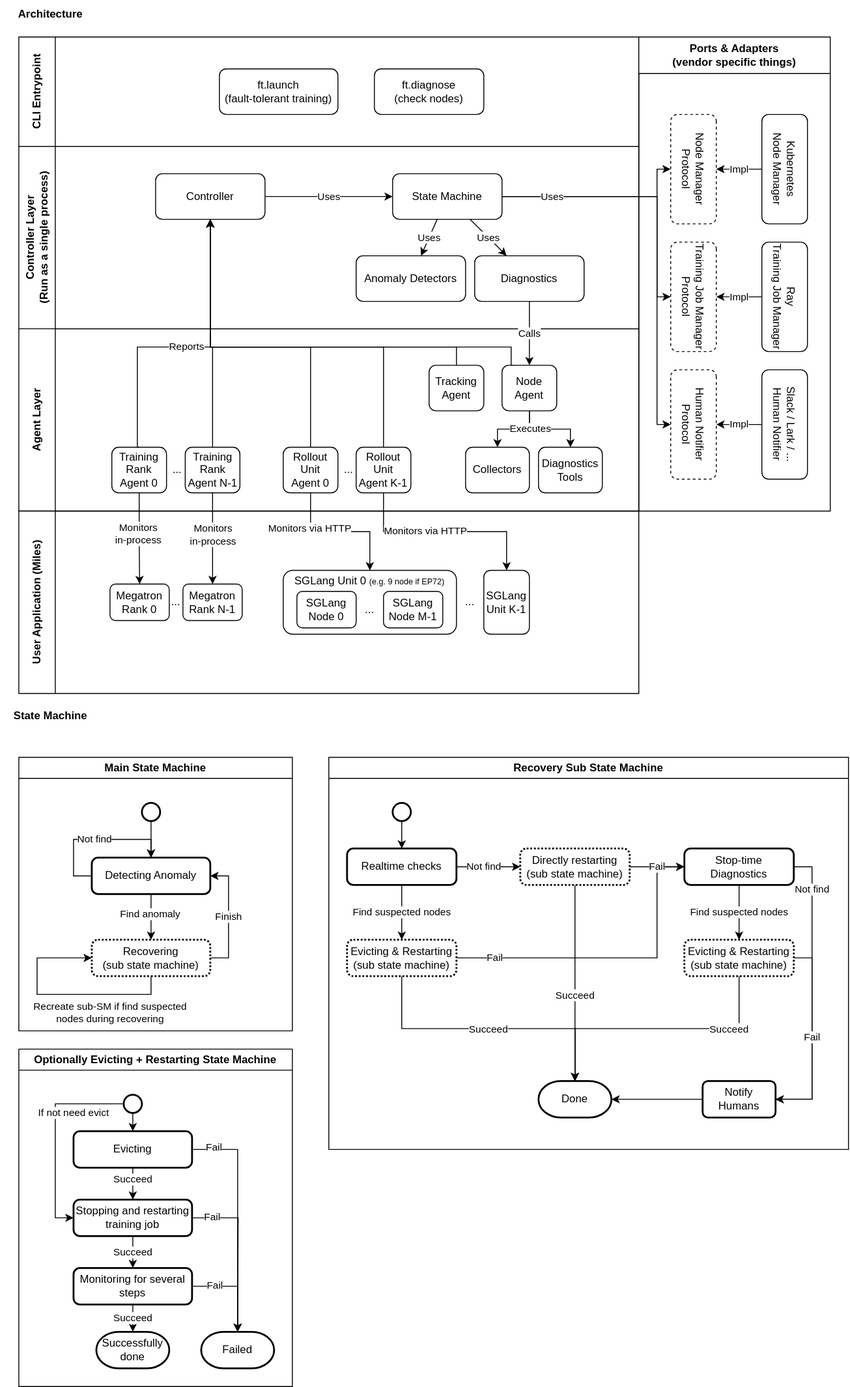
The draw.io diagram miles/utils/ft/ft_arch.svg in radixark/miles, before a commit. Source tidied: cells renumbered, new cells last; positions are measured from the earlier drawing's top-left corner, leaving out a move shared by most shapes.
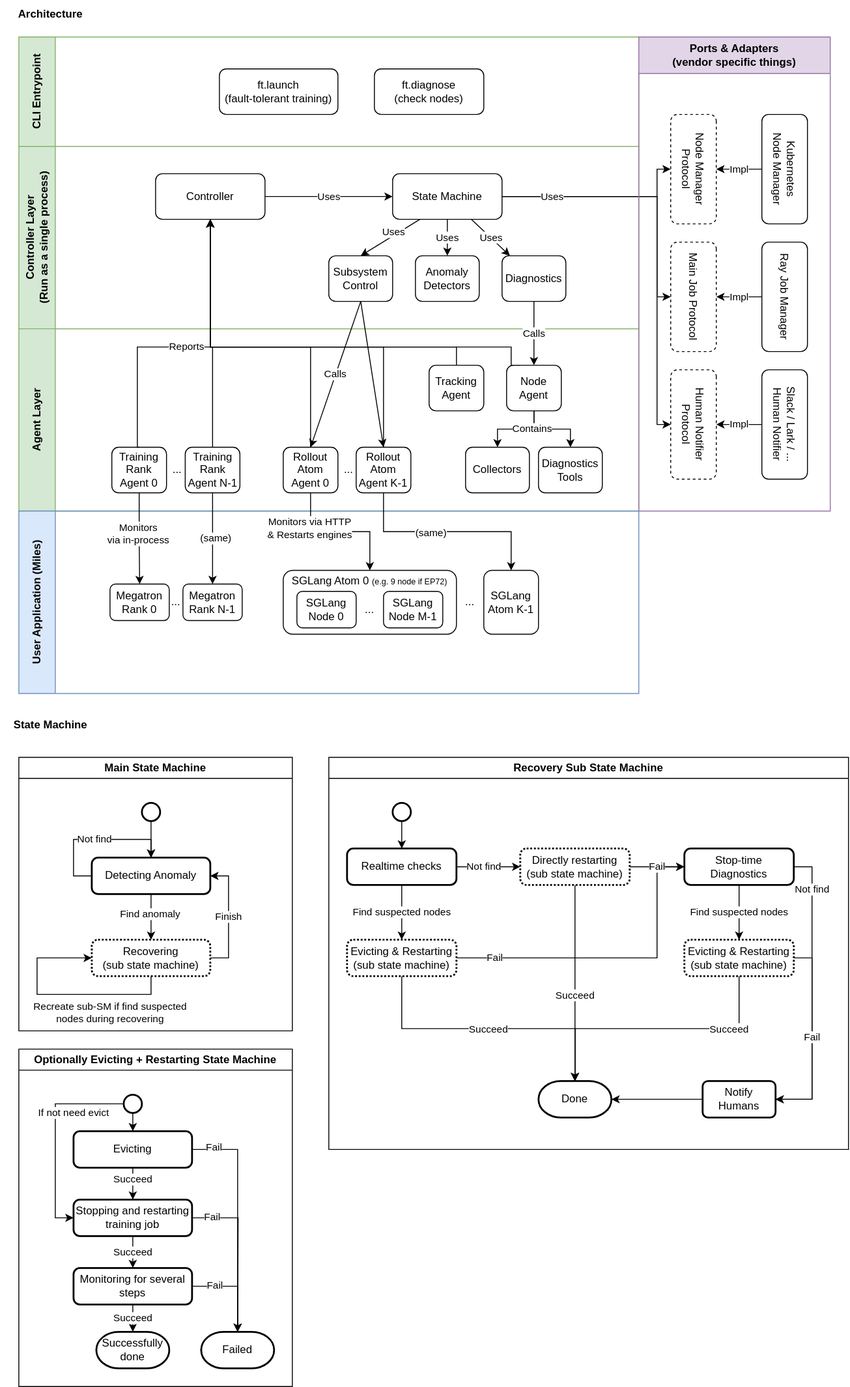
The same diagram one commit later.

Change to the diagram source:
```diff
@@ -6,9 +6,9 @@
       <mxGeometry x="15" width="80" height="30" as="geometry" />
     </mxCell>
     <mxCell id="3" value="State Machine" style="text;html=1;strokeColor=none;fillColor=none;align=center;verticalAlign=middle;whiteSpace=wrap;rounded=0;fontStyle=1;" parent="1" vertex="1">
-      <mxGeometry y="770" width="110" height="30" as="geometry" />
+      <mxGeometry y="780" width="110" height="30" as="geometry" />
     </mxCell>
-    <mxCell id="4" value="Controller Layer&lt;br&gt;(Run as a single process)" style="swimlane;horizontal=0;whiteSpace=wrap;html=1;startSize=40;" parent="1" vertex="1">
+    <mxCell id="4" value="Controller Layer&lt;br&gt;(Run as a single process)" style="swimlane;horizontal=0;whiteSpace=wrap;html=1;startSize=40;fillColor=#d5e8d4;strokeColor=#82b366;" parent="1" vertex="1">
       <mxGeometry x="20" y="160" width="680" height="200" as="geometry" />
     </mxCell>
     <mxCell id="5" value="Uses" style="rounded=0;jettySize=auto;html=1;exitX=1;exitY=0.5;exitDx=0;exitDy=0;entryX=0;entryY=0.5;entryDx=0;entryDy=0;" parent="4" edge="1" source="6" target="11">
@@ -18,10 +18,10 @@
       <mxGeometry x="150" y="30" width="120" height="50" as="geometry" />
     </mxCell>
     <mxCell id="7" value="Diagnostics" style="rounded=1;whiteSpace=wrap;html=1;" parent="4" vertex="1">
-      <mxGeometry x="500" y="120" width="120" height="50" as="geometry" />
+      <mxGeometry x="530" y="120" width="70" height="50" as="geometry" />
     </mxCell>
     <mxCell id="8" value="Anomaly Detectors" style="rounded=1;whiteSpace=wrap;html=1;" parent="4" vertex="1">
-      <mxGeometry x="370" y="120" width="120" height="50" as="geometry" />
+      <mxGeometry x="435" y="120" width="70" height="50" as="geometry" />
     </mxCell>
     <mxCell id="9" value="Uses" style="rounded=0;jettySize=auto;html=1;" parent="4" edge="1" source="11" target="7">
       <mxGeometry relative="1" as="geometry" />
@@ -32,14 +32,25 @@
     <mxCell id="11" value="State Machine" style="rounded=1;whiteSpace=wrap;html=1;" parent="4" vertex="1">
       <mxGeometry x="410" y="30" width="120" height="50" as="geometry" />
     </mxCell>
+    <mxCell id="123" value="Subsystem Control" style="rounded=1;whiteSpace=wrap;html=1;" parent="4" vertex="1">
+      <mxGeometry x="340" y="120" width="70" height="50" as="geometry" />
+    </mxCell>
+    <mxCell id="124" style="rounded=0;jettySize=auto;html=1;exitX=0.25;exitY=1;exitDx=0;exitDy=0;entryX=0.5;entryY=0;entryDx=0;entryDy=0;" parent="4" edge="1" source="11" target="123">
+      <mxGeometry relative="1" as="geometry" />
+    </mxCell>
+    <mxCell id="125" value="Uses" style="edgeLabel;html=1;align=center;verticalAlign=middle;" parent="124" vertex="1">
+      <mxGeometry x="-0.09" y="-1" relative="1" as="geometry">
+        <mxPoint y="-3" as="offset" />
+      </mxGeometry>
+    </mxCell>
-    <mxCell id="12" value="Agent Layer" style="swimlane;horizontal=0;whiteSpace=wrap;html=1;startSize=40;" parent="1" vertex="1">
+    <mxCell id="12" value="Agent Layer" style="swimlane;horizontal=0;whiteSpace=wrap;html=1;startSize=40;fillColor=#d5e8d4;strokeColor=#82b366;" parent="1" vertex="1">
       <mxGeometry x="20" y="360" width="680" height="200" as="geometry" />
     </mxCell>
     <mxCell id="13" style="rounded=0;jettySize=auto;html=1;exitX=0.5;exitY=1;exitDx=0;exitDy=0;entryX=0.5;entryY=0;entryDx=0;entryDy=0;edgeStyle=orthogonalEdgeStyle;" parent="12" edge="1" source="14" target="17">
       <mxGeometry relative="1" as="geometry" />
     </mxCell>
     <mxCell id="14" value="Node Agent" style="rounded=1;whiteSpace=wrap;html=1;" parent="12" vertex="1">
-      <mxGeometry x="530" y="40" width="60" height="50" as="geometry" />
+      <mxGeometry x="535" y="40" width="60" height="50" as="geometry" />
     </mxCell>
     <mxCell id="15" value="Training Rank Agent 0" style="rounded=1;whiteSpace=wrap;html=1;" parent="12" vertex="1">
       <mxGeometry x="102" y="130" width="60" height="50" as="geometry" />
@@ -56,7 +67,7 @@
     <mxCell id="19" style="rounded=0;jettySize=auto;html=1;exitX=0.5;exitY=1;exitDx=0;exitDy=0;entryX=0.5;entryY=0;entryDx=0;entryDy=0;edgeStyle=orthogonalEdgeStyle;" parent="12" edge="1" source="14" target="18">
       <mxGeometry relative="1" as="geometry" />
     </mxCell>
-    <mxCell id="20" value="Executes" style="edgeLabel;html=1;align=center;verticalAlign=middle;" parent="19" vertex="1">
+    <mxCell id="20" value="Contains" style="edgeLabel;html=1;align=center;verticalAlign=middle;" parent="19" vertex="1">
       <mxGeometry x="-0.2" relative="1" as="geometry">
         <mxPoint x="-14" as="offset" />
       </mxGeometry>
@@ -67,10 +78,10 @@
     <mxCell id="22" value="..." style="text;html=1;strokeColor=none;fillColor=none;align=center;verticalAlign=middle;whiteSpace=wrap;rounded=0;" parent="12" vertex="1">
       <mxGeometry x="162" y="140" width="24" height="30" as="geometry" />
     </mxCell>
-    <mxCell id="23" value="Rollout&lt;br&gt;Unit&lt;br&gt;Agent 0" style="rounded=1;whiteSpace=wrap;html=1;" parent="12" vertex="1">
+    <mxCell id="23" value="Rollout&lt;br&gt;Atom&lt;br&gt;Agent 0" style="rounded=1;whiteSpace=wrap;html=1;" parent="12" vertex="1">
       <mxGeometry x="290" y="130" width="60" height="50" as="geometry" />
     </mxCell>
-    <mxCell id="24" value="Rollout&lt;br&gt;Unit&lt;br&gt;Agent K-1" style="rounded=1;whiteSpace=wrap;html=1;" parent="12" vertex="1">
+    <mxCell id="24" value="Rollout&lt;br&gt;Atom&lt;br&gt;Agent K-1" style="rounded=1;whiteSpace=wrap;html=1;" parent="12" vertex="1">
       <mxGeometry x="370" y="130" width="60" height="50" as="geometry" />
     </mxCell>
     <mxCell id="25" value="..." style="text;html=1;strokeColor=none;fillColor=none;align=center;verticalAlign=middle;whiteSpace=wrap;rounded=0;" parent="12" vertex="1">
@@ -328,7 +339,7 @@
     <mxCell id="87" value="Failed" style="strokeWidth=2;html=1;shape=mxgraph.flowchart.terminator;whiteSpace=wrap;" parent="68" vertex="1">
       <mxGeometry x="200" y="310" width="80" height="40" as="geometry" />
     </mxCell>
-    <mxCell id="88" value="CLI Entrypoint" style="swimlane;horizontal=0;whiteSpace=wrap;html=1;startSize=40;" parent="1" vertex="1">
+    <mxCell id="88" value="CLI Entrypoint" style="swimlane;horizontal=0;whiteSpace=wrap;html=1;startSize=40;fillColor=#d5e8d4;strokeColor=#82b366;" parent="1" vertex="1">
       <mxGeometry x="20" y="40" width="680" height="120" as="geometry" />
     </mxCell>
     <mxCell id="89" value="ft.launch&lt;br&gt;(fault-tolerant training)" style="rounded=1;whiteSpace=wrap;html=1;" parent="88" vertex="1">
@@ -337,13 +348,13 @@
     <mxCell id="90" value="ft.diagnose&lt;br&gt;(check nodes)" style="rounded=1;whiteSpace=wrap;html=1;" parent="88" vertex="1">
       <mxGeometry x="390" y="35" width="120" height="50" as="geometry" />
     </mxCell>
-    <mxCell id="91" value="Ports &amp;amp; Adapters&lt;br style=&quot;border-color: var(--border-color);&quot;&gt;&lt;span style=&quot;background-color: rgb(255, 255, 255);&quot;&gt;(vendor specific things)&lt;/span&gt;" style="swimlane;whiteSpace=wrap;html=1;startSize=40;" parent="1" vertex="1">
+    <mxCell id="91" value="Ports &amp;amp; Adapters&lt;br&gt;(vendor specific things)" style="swimlane;whiteSpace=wrap;html=1;startSize=40;fillColor=#e1d5e7;strokeColor=#9673a6;" parent="1" vertex="1">
       <mxGeometry x="700" y="40" width="210" height="520" as="geometry" />
     </mxCell>
     <mxCell id="92" value="Human Notifier Protocol" style="rounded=1;whiteSpace=wrap;html=1;dashed=1;rotation=90;" parent="91" vertex="1">
       <mxGeometry y="400" width="120" height="50" as="geometry" />
     </mxCell>
-    <mxCell id="93" value="Training Job Manager Protocol" style="rounded=1;whiteSpace=wrap;html=1;dashed=1;rotation=90;" parent="91" vertex="1">
+    <mxCell id="93" value="Main Job Protocol" style="rounded=1;whiteSpace=wrap;html=1;dashed=1;rotation=90;" parent="91" vertex="1">
       <mxGeometry y="260" width="120" height="50" as="geometry" />
     </mxCell>
     <mxCell id="94" value="Node Manager Protocol" style="rounded=1;whiteSpace=wrap;html=1;dashed=1;rotation=90;" parent="91" vertex="1">
@@ -355,7 +366,7 @@
     <mxCell id="96" value="Kubernetes&lt;br&gt;Node Manager" style="rounded=1;whiteSpace=wrap;html=1;rotation=90;" parent="91" vertex="1">
       <mxGeometry x="100" y="120" width="120" height="50" as="geometry" />
     </mxCell>
-    <mxCell id="97" value="Ray&lt;br&gt;Training Job Manager" style="rounded=1;whiteSpace=wrap;html=1;rotation=90;" parent="91" vertex="1">
+    <mxCell id="97" value="Ray Job Manager" style="rounded=1;whiteSpace=wrap;html=1;rotation=90;" parent="91" vertex="1">
       <mxGeometry x="100" y="260" width="120" height="50" as="geometry" />
     </mxCell>
     <mxCell id="98" value="Slack / Lark / ... &lt;br&gt;Human Notifier" style="rounded=1;whiteSpace=wrap;html=1;rotation=90;" parent="91" vertex="1">
@@ -367,7 +378,7 @@
     <mxCell id="100" value="Impl" style="edgeStyle=orthogonalEdgeStyle;rounded=0;jettySize=auto;html=1;exitX=0.5;exitY=1;exitDx=0;exitDy=0;entryX=0.5;entryY=0;entryDx=0;entryDy=0;" parent="91" edge="1" source="97" target="93">
       <mxGeometry relative="1" as="geometry" />
     </mxCell>
-    <mxCell id="101" value="User Application (Miles)" style="swimlane;horizontal=0;whiteSpace=wrap;html=1;startSize=40;" parent="1" vertex="1">
+    <mxCell id="101" value="User Application (Miles)" style="swimlane;horizontal=0;whiteSpace=wrap;html=1;startSize=40;fillColor=#dae8fc;strokeColor=#6c8ebf;" parent="1" vertex="1">
       <mxGeometry x="20" y="560" width="680" height="200" as="geometry" />
     </mxCell>
     <mxCell id="102" value="Megatron Rank 0" style="rounded=1;whiteSpace=wrap;html=1;" parent="101" vertex="1">
@@ -382,7 +393,7 @@
     <mxCell id="105" style="rounded=1;whiteSpace=wrap;html=1;" parent="101" vertex="1">
       <mxGeometry x="290" y="65" width="190" height="70" as="geometry" />
     </mxCell>
-    <mxCell id="106" value="SGLang Unit 0 &lt;font style=&quot;font-size: 9px;&quot;&gt;(e.g. 9 node if EP72)&lt;/font&gt;" style="text;html=1;strokeColor=none;fillColor=none;align=center;verticalAlign=middle;whiteSpace=wrap;rounded=0;" parent="101" vertex="1">
+    <mxCell id="106" value="SGLang Atom 0 &lt;font style=&quot;font-size: 9px;&quot;&gt;(e.g. 9 node if EP72)&lt;/font&gt;" style="text;html=1;strokeColor=none;fillColor=none;align=center;verticalAlign=middle;whiteSpace=wrap;rounded=0;" parent="101" vertex="1">
       <mxGeometry x="290" y="65" width="190" height="23" as="geometry" />
     </mxCell>
     <mxCell id="107" value="SGLang&lt;br&gt;Node 0" style="rounded=1;whiteSpace=wrap;html=1;" parent="101" vertex="1">
@@ -397,21 +408,21 @@
     <mxCell id="110" value="..." style="text;html=1;strokeColor=none;fillColor=none;align=center;verticalAlign=middle;whiteSpace=wrap;rounded=0;" parent="101" vertex="1">
       <mxGeometry x="480" y="85" width="30" height="30" as="geometry" />
     </mxCell>
-    <mxCell id="111" value="SGLang Unit K-1" style="rounded=1;whiteSpace=wrap;html=1;" parent="101" vertex="1">
-      <mxGeometry x="510" y="65" width="50" height="70" as="geometry" />
+    <mxCell id="111" value="SGLang Atom K-1" style="rounded=1;whiteSpace=wrap;html=1;" parent="101" vertex="1">
+      <mxGeometry x="510" y="65" width="60" height="70" as="geometry" />
     </mxCell>
     <mxCell id="112" style="edgeStyle=orthogonalEdgeStyle;rounded=0;jettySize=auto;html=1;exitX=0.5;exitY=1;exitDx=0;exitDy=0;entryX=0.5;entryY=0;entryDx=0;entryDy=0;" parent="1" edge="1" source="15" target="102">
       <mxGeometry relative="1" as="geometry" />
     </mxCell>
-    <mxCell id="113" value="Monitors&lt;br&gt;in-process" style="edgeLabel;html=1;align=center;verticalAlign=middle;" parent="112" vertex="1">
+    <mxCell id="113" value="Monitors&lt;br&gt;via in-process" style="edgeLabel;html=1;align=center;verticalAlign=middle;" parent="112" vertex="1">
       <mxGeometry x="-0.12" y="-1" relative="1" as="geometry" />
     </mxCell>
     <mxCell id="114" style="edgeStyle=orthogonalEdgeStyle;rounded=0;jettySize=auto;html=1;exitX=0.5;exitY=1;exitDx=0;exitDy=0;entryX=0.5;entryY=0;entryDx=0;entryDy=0;" parent="1" edge="1" source="21" target="103">
       <mxGeometry relative="1" as="geometry" />
     </mxCell>
-    <mxCell id="115" value="Monitors&lt;br style=&quot;border-color: var(--border-color);&quot;&gt;in-process" style="edgeLabel;html=1;align=center;verticalAlign=middle;" parent="114" vertex="1">
-      <mxGeometry x="-0.09" relative="1" as="geometry" />
-    </mxCell>
+    <mxCell id="126" value="(same)" style="edgeLabel;html=1;align=center;verticalAlign=middle;" parent="114" vertex="1">
+      <mxGeometry x="-0.02" y="3" relative="1" as="geometry" />
+    </mxCell>
     <mxCell id="116" style="edgeStyle=orthogonalEdgeStyle;rounded=0;jettySize=auto;html=1;exitX=0.5;exitY=0;exitDx=0;exitDy=0;entryX=0.5;entryY=1;entryDx=0;entryDy=0;" parent="1" edge="1" source="21" target="6">
       <mxGeometry relative="1" as="geometry">
         <Array as="points">
@@ -423,7 +434,7 @@
     <mxCell id="117" style="edgeStyle=orthogonalEdgeStyle;rounded=0;jettySize=auto;html=1;exitX=0.5;exitY=1;exitDx=0;exitDy=0;entryX=0.5;entryY=0;entryDx=0;entryDy=0;" parent="1" edge="1" source="23" target="106">
       <mxGeometry relative="1" as="geometry" />
     </mxCell>
-    <mxCell id="118" value="Monitors via HTTP" style="edgeLabel;html=1;align=center;verticalAlign=middle;" parent="117" vertex="1">
+    <mxCell id="118" value="Monitors via HTTP&lt;br&gt;&amp;amp; Restarts engines" style="edgeLabel;html=1;align=center;verticalAlign=middle;" parent="117" vertex="1">
       <mxGeometry x="-0.49" y="-1" relative="1" as="geometry" />
     </mxCell>
     <mxCell id="119" style="edgeStyle=orthogonalEdgeStyle;rounded=0;jettySize=auto;html=1;exitX=0.5;exitY=0;exitDx=0;exitDy=0;entryX=0.5;entryY=1;entryDx=0;entryDy=0;" parent="1" edge="1" source="23" target="6">
@@ -437,9 +448,9 @@
     <mxCell id="120" style="edgeStyle=orthogonalEdgeStyle;rounded=0;jettySize=auto;html=1;exitX=0.5;exitY=1;exitDx=0;exitDy=0;entryX=0.5;entryY=0;entryDx=0;entryDy=0;" parent="1" edge="1" source="24" target="111">
       <mxGeometry relative="1" as="geometry" />
     </mxCell>
-    <mxCell id="121" value="Monitors via HTTP" style="edgeLabel;html=1;align=center;verticalAlign=middle;" parent="120" vertex="1">
-      <mxGeometry x="-0.2" y="1" relative="1" as="geometry" />
-    </mxCell>
+    <mxCell id="127" value="(same)" style="edgeLabel;html=1;align=center;verticalAlign=middle;" parent="120" vertex="1">
+      <mxGeometry x="-0.16" y="-1" relative="1" as="geometry" />
+    </mxCell>
     <mxCell id="122" style="edgeStyle=orthogonalEdgeStyle;rounded=0;jettySize=auto;html=1;exitX=0.5;exitY=0;exitDx=0;exitDy=0;entryX=0.5;entryY=1;entryDx=0;entryDy=0;" parent="1" edge="1" source="24" target="6">
       <mxGeometry relative="1" as="geometry">
         <Array as="points">
@@ -448,5 +459,11 @@
         </Array>
       </mxGeometry>
     </mxCell>
+    <mxCell id="128" value="Calls" style="rounded=0;jettySize=auto;html=1;exitX=0.5;exitY=1;exitDx=0;exitDy=0;entryX=0.5;entryY=0;entryDx=0;entryDy=0;" parent="1" edge="1" source="123" target="23">
+      <mxGeometry relative="1" as="geometry" />
+    </mxCell>
+    <mxCell id="129" style="rounded=0;jettySize=auto;html=1;exitX=0.5;exitY=1;exitDx=0;exitDy=0;entryX=0.5;entryY=0;entryDx=0;entryDy=0;" parent="1" edge="1" source="123" target="24">
+      <mxGeometry relative="1" as="geometry" />
+    </mxCell>
   </root>
 </mxGraphModel>
```
